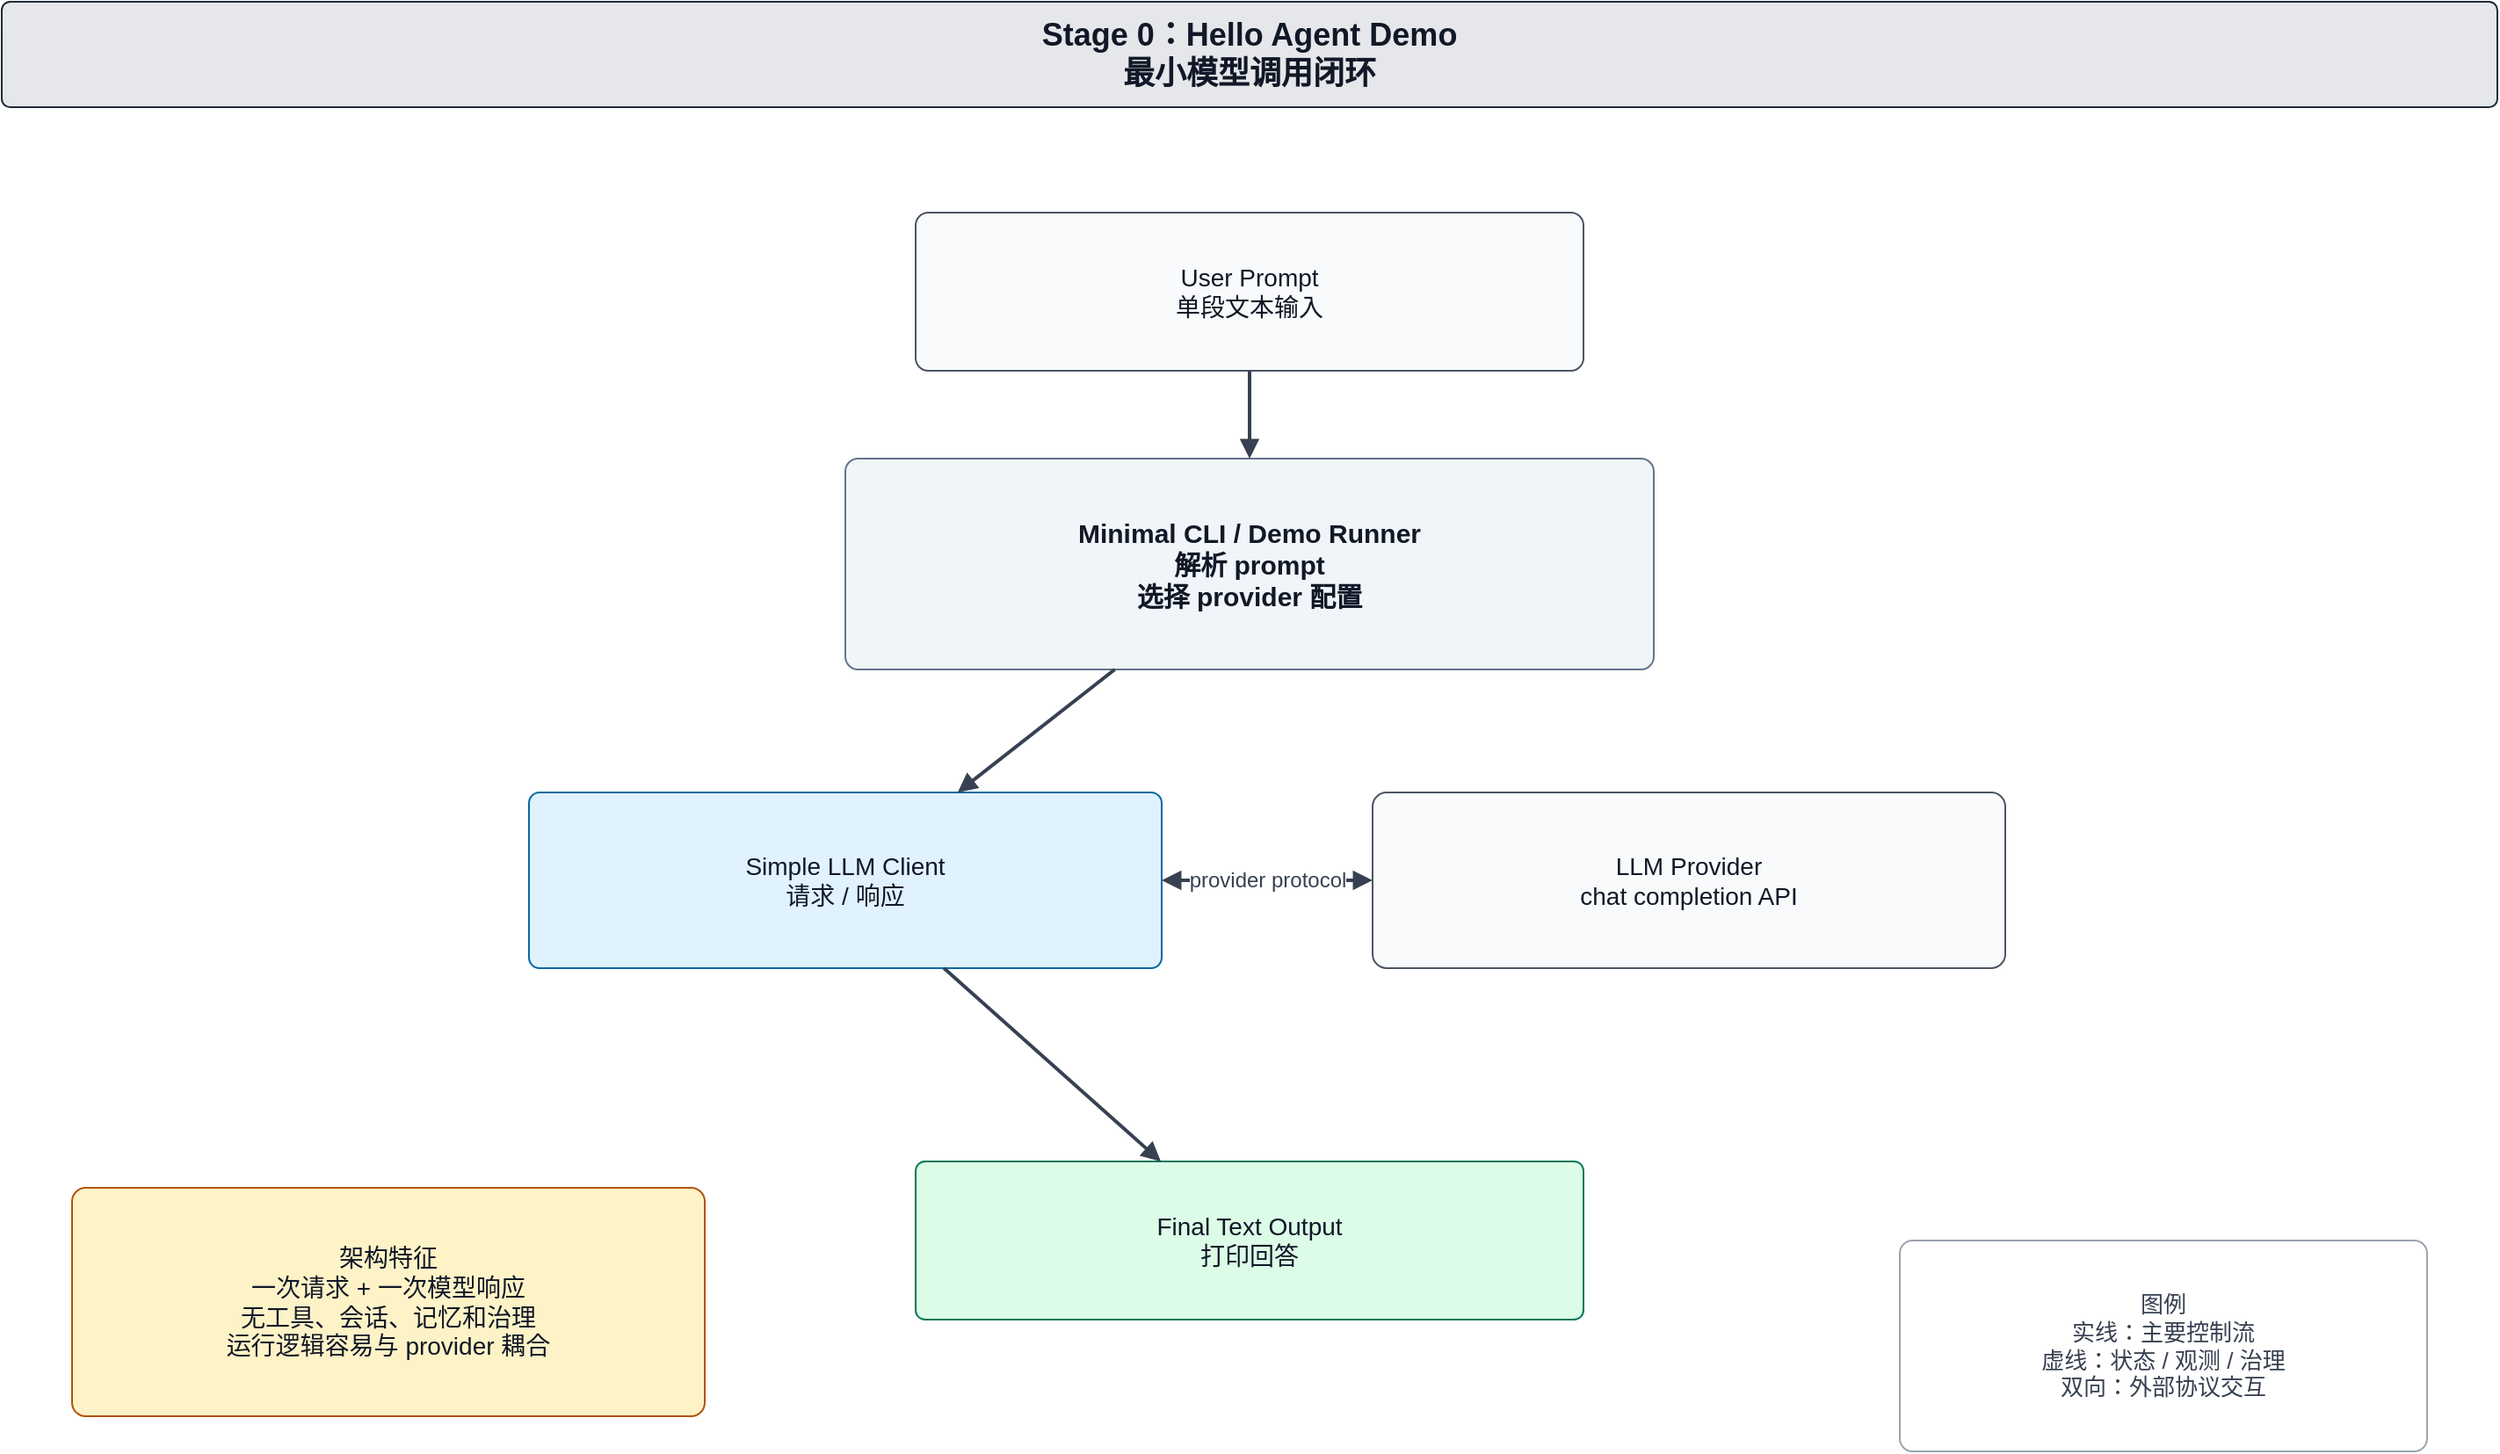
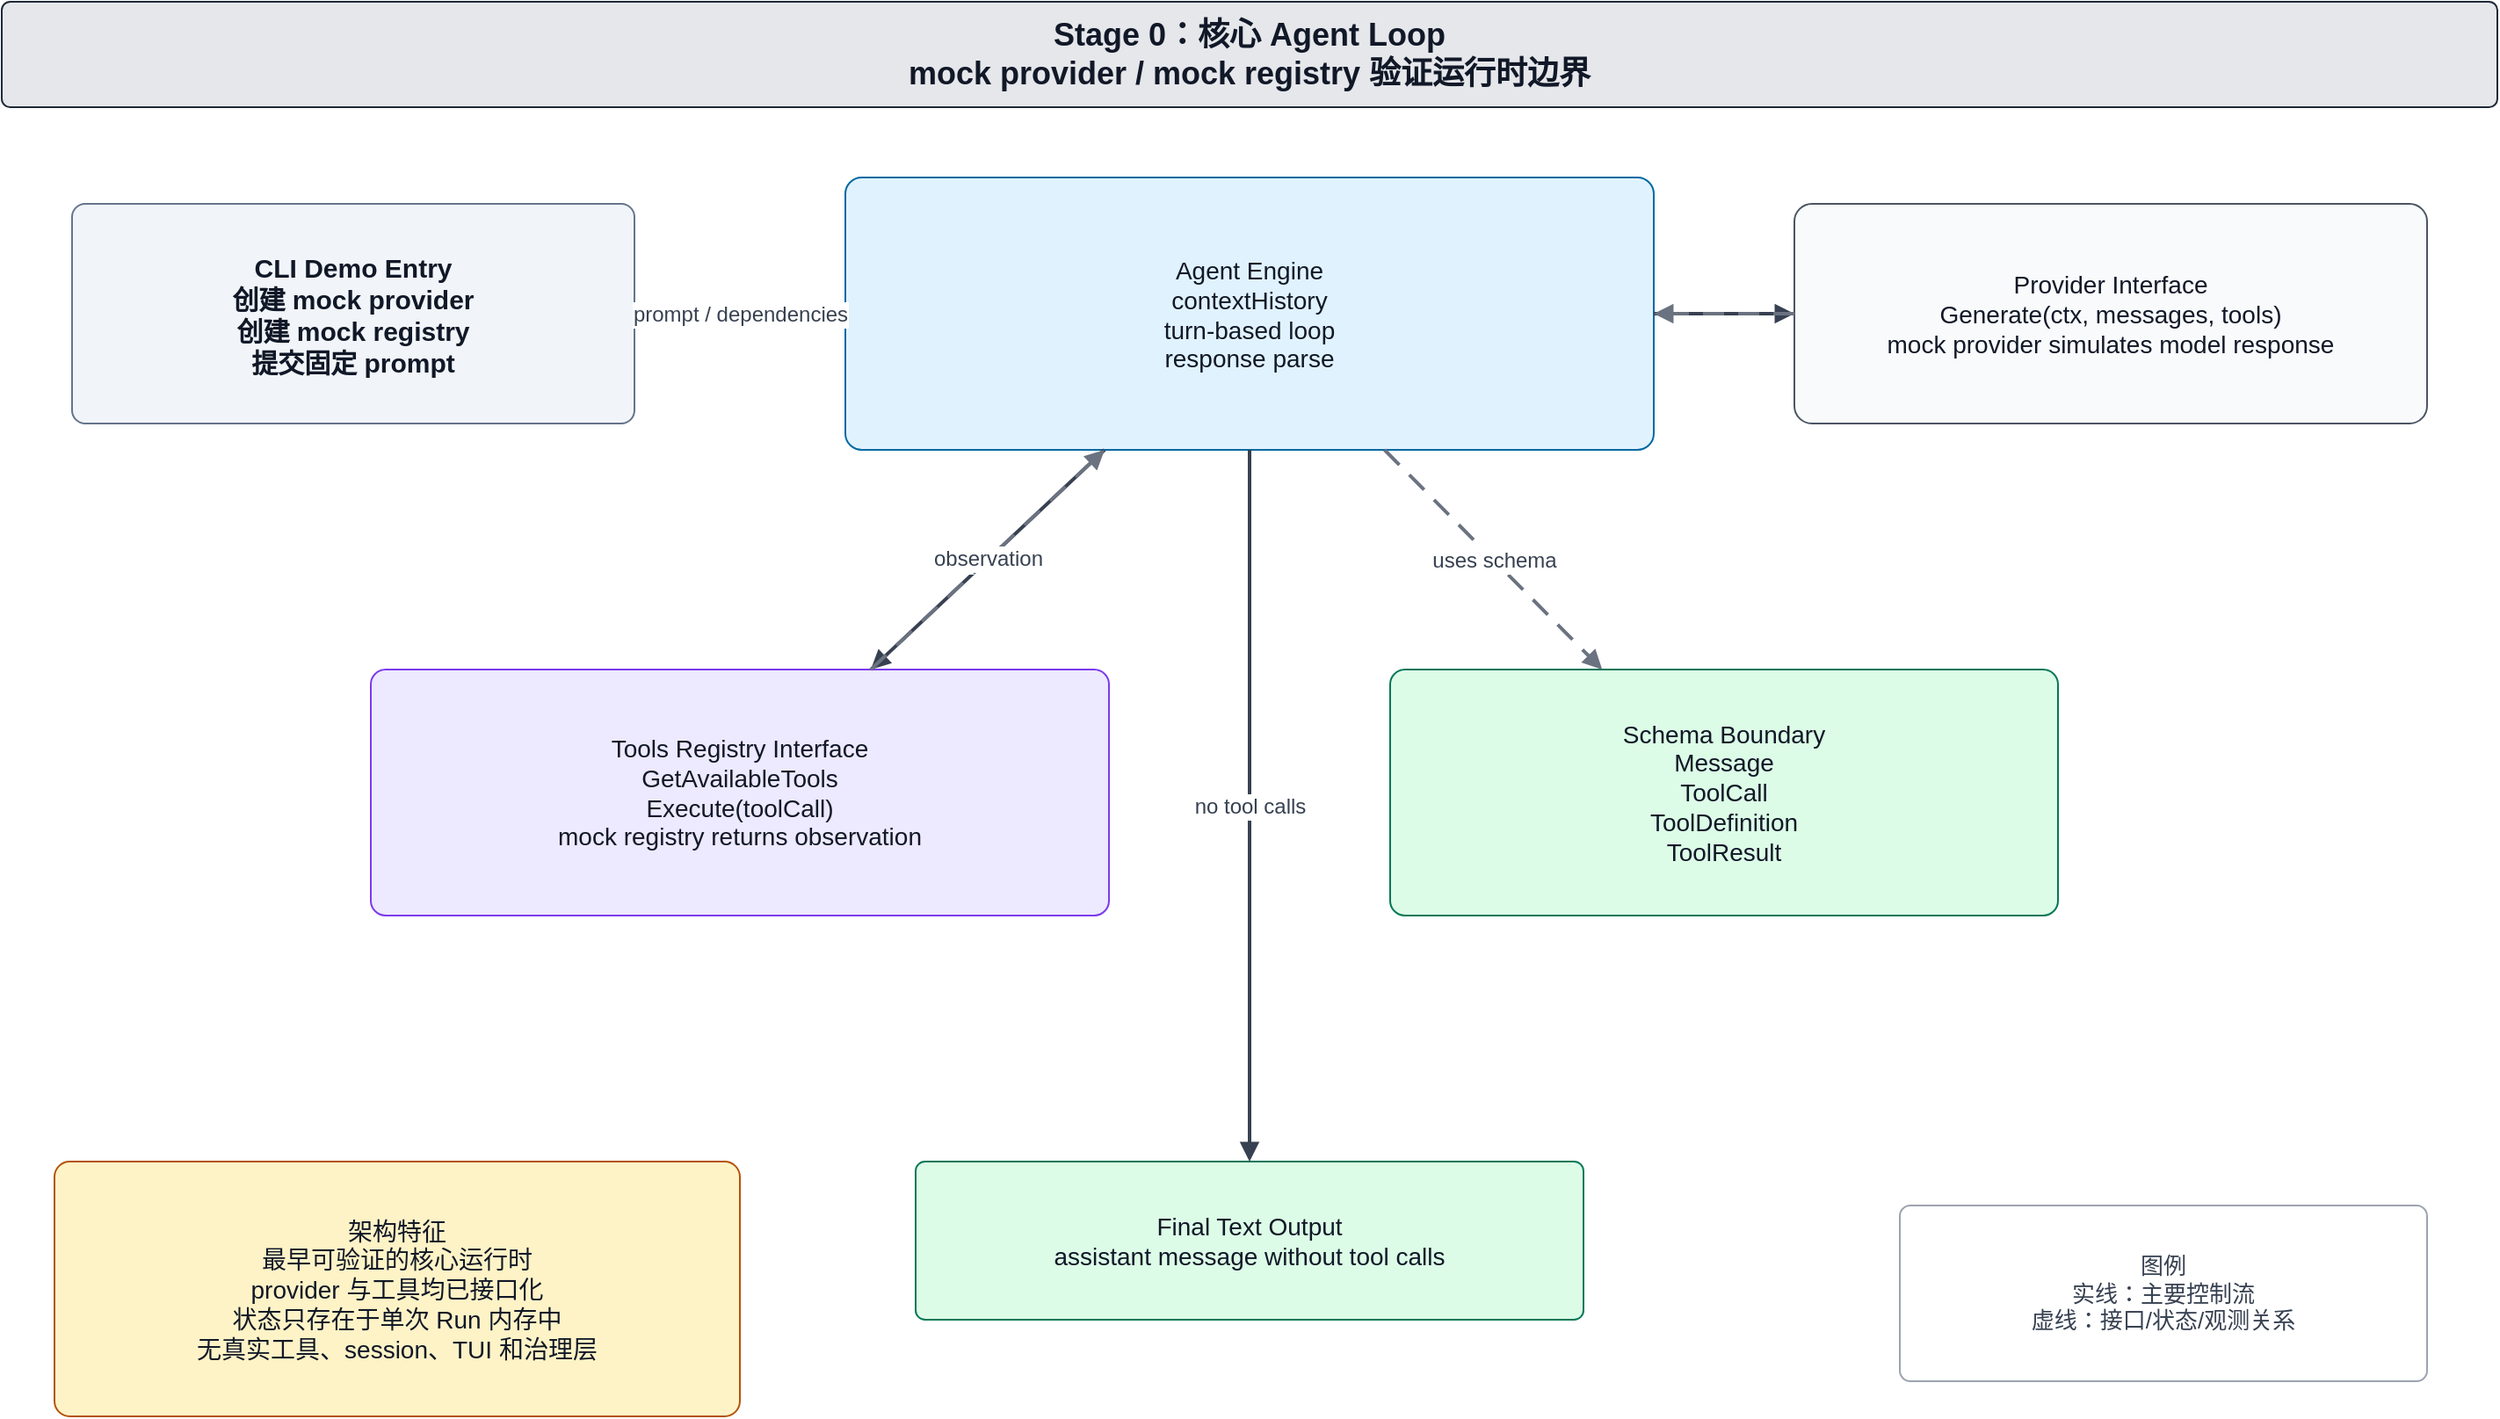
<mxfile host="app.diagrams.net" modified="2026-07-04T00:00:00.000Z" agent="Codex" version="30.0.4" type="device">
-   <diagram id="evolution-b1-hello-agent" name="B1 Stage 0：Hello Agent Demo">
-     <mxGraphModel dx="1600" dy="1000" grid="1" gridSize="10" guides="1" tooltips="1" connect="1" arrows="1" fold="1" page="1" pageScale="1" pageWidth="1500" pageHeight="950" math="0" shadow="0">
-       <root>
-         <mxCell id="0" />
-         <mxCell id="1" parent="0" />
-         <mxCell id="n2" value="Stage 0：Hello Agent Demo&lt;br&gt;最小模型调用闭环" style="rounded=1;whiteSpace=wrap;html=1;arcSize=8;strokeColor=#1f2937;fillColor=#e5e7eb;fontColor=#111827;fontSize=18;fontStyle=1;spacing=8;" vertex="1" parent="1">
-           <mxGeometry x="40" y="30" width="1420" height="60" as="geometry" />
-         </mxCell>
-         <mxCell id="n3" value="User Prompt&lt;br&gt;单段文本输入" style="rounded=1;whiteSpace=wrap;html=1;arcSize=8;strokeColor=#4b5563;fillColor=#f8fafc;fontColor=#111827;fontSize=14;spacing=8;" vertex="1" parent="1">
-           <mxGeometry x="560" y="150" width="380" height="90" as="geometry" />
-         </mxCell>
-         <mxCell id="n4" value="Minimal CLI / Demo Runner&lt;br&gt;解析 prompt&lt;br&gt;选择 provider 配置" style="rounded=1;whiteSpace=wrap;html=1;arcSize=6;strokeColor=#64748b;fillColor=#f1f5f9;fontColor=#111827;fontSize=15;fontStyle=1;spacing=8;" vertex="1" parent="1">
-           <mxGeometry x="520" y="290" width="460" height="120" as="geometry" />
-         </mxCell>
-         <mxCell id="n5" value="Simple LLM Client&lt;br&gt;请求 / 响应" style="rounded=1;whiteSpace=wrap;html=1;arcSize=6;strokeColor=#0369a1;fillColor=#e0f2fe;fontColor=#111827;fontSize=14;spacing=8;" vertex="1" parent="1">
-           <mxGeometry x="340" y="480" width="360" height="100" as="geometry" />
-         </mxCell>
-         <mxCell id="n6" value="LLM Provider&lt;br&gt;chat completion API" style="rounded=1;whiteSpace=wrap;html=1;arcSize=8;strokeColor=#4b5563;fillColor=#f8fafc;fontColor=#111827;fontSize=14;spacing=8;" vertex="1" parent="1">
-           <mxGeometry x="820" y="480" width="360" height="100" as="geometry" />
-         </mxCell>
-         <mxCell id="n7" value="Final Text Output&lt;br&gt;打印回答" style="rounded=1;whiteSpace=wrap;html=1;arcSize=6;strokeColor=#047857;fillColor=#dcfce7;fontColor=#111827;fontSize=14;spacing=8;" vertex="1" parent="1">
+   <diagram id="evolution-b1-hello-agent" name="B1 Stage 0：核心 Agent Loop">
+     <mxGraphModel dx="1600" dy="1000" grid="1" gridSize="10" guides="1" tooltips="1" connect="1" arrows="1" fold="1" page="1" pageScale="1" pageWidth="1500" pageHeight="950" math="0" shadow="0">
+       <root>
+         <mxCell id="0" />
+         <mxCell id="1" parent="0" />
+         <mxCell id="n2" value="Stage 0：核心 Agent Loop&lt;br&gt;mock provider / mock registry 验证运行时边界" style="rounded=1;whiteSpace=wrap;html=1;arcSize=8;strokeColor=#1f2937;fillColor=#e5e7eb;fontColor=#111827;fontSize=18;fontStyle=1;spacing=8;" vertex="1" parent="1">
+           <mxGeometry x="40" y="30" width="1420" height="60" as="geometry" />
+         </mxCell>
+         <mxCell id="n3" value="CLI Demo Entry&lt;br&gt;创建 mock provider&lt;br&gt;创建 mock registry&lt;br&gt;提交固定 prompt" style="rounded=1;whiteSpace=wrap;html=1;arcSize=6;strokeColor=#64748b;fillColor=#f1f5f9;fontColor=#111827;fontSize=15;fontStyle=1;spacing=8;" vertex="1" parent="1">
+           <mxGeometry x="80" y="145" width="320" height="125" as="geometry" />
+         </mxCell>
+         <mxCell id="n4" value="Agent Engine&lt;br&gt;contextHistory&lt;br&gt;turn-based loop&lt;br&gt;response parse" style="rounded=1;whiteSpace=wrap;html=1;arcSize=6;strokeColor=#0369a1;fillColor=#e0f2fe;fontColor=#111827;fontSize=14;spacing=8;" vertex="1" parent="1">
+           <mxGeometry x="520" y="130" width="460" height="155" as="geometry" />
+         </mxCell>
+         <mxCell id="n5" value="Provider Interface&lt;br&gt;Generate(ctx, messages, tools)&lt;br&gt;mock provider simulates model response" style="rounded=1;whiteSpace=wrap;html=1;arcSize=8;strokeColor=#4b5563;fillColor=#f8fafc;fontColor=#111827;fontSize=14;spacing=8;" vertex="1" parent="1">
+           <mxGeometry x="1060" y="145" width="360" height="125" as="geometry" />
+         </mxCell>
+         <mxCell id="n6" value="Tools Registry Interface&lt;br&gt;GetAvailableTools&lt;br&gt;Execute(toolCall)&lt;br&gt;mock registry returns observation" style="rounded=1;whiteSpace=wrap;html=1;arcSize=6;strokeColor=#7c3aed;fillColor=#ede9fe;fontColor=#111827;fontSize=14;spacing=8;" vertex="1" parent="1">
+           <mxGeometry x="250" y="410" width="420" height="140" as="geometry" />
+         </mxCell>
+         <mxCell id="n7" value="Schema Boundary&lt;br&gt;Message&lt;br&gt;ToolCall&lt;br&gt;ToolDefinition&lt;br&gt;ToolResult" style="rounded=1;whiteSpace=wrap;html=1;arcSize=6;strokeColor=#047857;fillColor=#dcfce7;fontColor=#111827;fontSize=14;spacing=8;" vertex="1" parent="1">
+           <mxGeometry x="830" y="410" width="380" height="140" as="geometry" />
+         </mxCell>
+         <mxCell id="n8" value="Final Text Output&lt;br&gt;assistant message without tool calls" style="rounded=1;whiteSpace=wrap;html=1;arcSize=6;strokeColor=#047857;fillColor=#dcfce7;fontColor=#111827;fontSize=14;spacing=8;" vertex="1" parent="1">
          <mxGeometry x="560" y="690" width="380" height="90" as="geometry" />
        </mxCell>
-         <mxCell id="e8" value="" style="endArrow=block;html=1;rounded=0;strokeWidth=2;strokeColor=#374151;fontSize=12;fontColor=#374151;" edge="1" parent="1" source="n3" target="n4">
-           <mxGeometry relative="1" as="geometry" />
-         </mxCell>
-         <mxCell id="e9" value="" style="endArrow=block;html=1;rounded=0;strokeWidth=2;strokeColor=#374151;fontSize=12;fontColor=#374151;" edge="1" parent="1" source="n4" target="n5">
-           <mxGeometry relative="1" as="geometry" />
-         </mxCell>
-         <mxCell id="e10" value="provider protocol" style="endArrow=block;startArrow=block;html=1;rounded=0;strokeWidth=2;strokeColor=#374151;fontSize=12;fontColor=#374151;" edge="1" parent="1" source="n5" target="n6">
-           <mxGeometry relative="1" as="geometry" />
-         </mxCell>
-         <mxCell id="e11" value="" style="endArrow=block;html=1;rounded=0;strokeWidth=2;strokeColor=#374151;fontSize=12;fontColor=#374151;" edge="1" parent="1" source="n5" target="n7">
-           <mxGeometry relative="1" as="geometry" />
-         </mxCell>
-         <mxCell id="n12" value="架构特征&lt;br&gt;一次请求 + 一次模型响应&lt;br&gt;无工具、会话、记忆和治理&lt;br&gt;运行逻辑容易与 provider 耦合" style="rounded=1;whiteSpace=wrap;html=1;arcSize=6;strokeColor=#b45309;fillColor=#fef3c7;fontColor=#111827;fontSize=14;spacing=8;" vertex="1" parent="1">
-           <mxGeometry x="80" y="705" width="360" height="130" as="geometry" />
-         </mxCell>
-         <mxCell id="n13" value="图例&lt;br&gt;实线：主要控制流&lt;br&gt;虚线：状态 / 观测 / 治理&lt;br&gt;双向：外部协议交互" style="rounded=1;whiteSpace=wrap;html=1;arcSize=6;strokeColor=#9ca3af;fillColor=#ffffff;fontColor=#374151;fontSize=13;spacing=8;" vertex="1" parent="1">
-           <mxGeometry x="1120" y="735" width="300" height="120" as="geometry" />
+         <mxCell id="e9" value="prompt / dependencies" style="endArrow=block;html=1;rounded=0;strokeWidth=2;strokeColor=#374151;fontSize=12;fontColor=#374151;" edge="1" parent="1" source="n3" target="n4">
+           <mxGeometry relative="1" as="geometry" />
+         </mxCell>
+         <mxCell id="e10" value="" style="endArrow=block;html=1;rounded=0;strokeWidth=2;strokeColor=#374151;fontSize=12;fontColor=#374151;" edge="1" parent="1" source="n4" target="n5">
+           <mxGeometry relative="1" as="geometry" />
+         </mxCell>
+         <mxCell id="e11" value="" style="endArrow=block;html=1;rounded=0;strokeWidth=2;strokeColor=#374151;fontSize=12;fontColor=#374151;dashed=1;dashPattern=6 4;strokeColor=#6b7280;" edge="1" parent="1" source="n5" target="n4">
+           <mxGeometry relative="1" as="geometry" />
+         </mxCell>
+         <mxCell id="e12" value="tool calls" style="endArrow=block;html=1;rounded=0;strokeWidth=2;strokeColor=#374151;fontSize=12;fontColor=#374151;" edge="1" parent="1" source="n4" target="n6">
+           <mxGeometry relative="1" as="geometry" />
+         </mxCell>
+         <mxCell id="e13" value="observation" style="endArrow=block;html=1;rounded=0;strokeWidth=2;strokeColor=#374151;fontSize=12;fontColor=#374151;dashed=1;dashPattern=6 4;strokeColor=#6b7280;" edge="1" parent="1" source="n6" target="n4">
+           <mxGeometry relative="1" as="geometry" />
+         </mxCell>
+         <mxCell id="e14" value="uses schema" style="endArrow=block;html=1;rounded=0;strokeWidth=2;strokeColor=#374151;fontSize=12;fontColor=#374151;dashed=1;dashPattern=6 4;strokeColor=#6b7280;" edge="1" parent="1" source="n4" target="n7">
+           <mxGeometry relative="1" as="geometry" />
+         </mxCell>
+         <mxCell id="e15" value="no tool calls" style="endArrow=block;html=1;rounded=0;strokeWidth=2;strokeColor=#374151;fontSize=12;fontColor=#374151;" edge="1" parent="1" source="n4" target="n8">
+           <mxGeometry relative="1" as="geometry" />
+         </mxCell>
+         <mxCell id="n16" value="架构特征&lt;br&gt;最早可验证的核心运行时&lt;br&gt;provider 与工具均已接口化&lt;br&gt;状态只存在于单次 Run 内存中&lt;br&gt;无真实工具、session、TUI 和治理层" style="rounded=1;whiteSpace=wrap;html=1;arcSize=6;strokeColor=#b45309;fillColor=#fef3c7;fontColor=#111827;fontSize=14;spacing=8;" vertex="1" parent="1">
+           <mxGeometry x="70" y="690" width="390" height="145" as="geometry" />
+         </mxCell>
+         <mxCell id="n17" value="图例&lt;br&gt;实线：主要控制流&lt;br&gt;虚线：接口/状态/观测关系" style="rounded=1;whiteSpace=wrap;html=1;arcSize=6;strokeColor=#9ca3af;fillColor=#ffffff;fontColor=#374151;fontSize=13;spacing=8;" vertex="1" parent="1">
+           <mxGeometry x="1120" y="715" width="300" height="100" as="geometry" />
        </mxCell>
      </root>
    </mxGraphModel>
  </diagram>
  <diagram id="evolution-b2-tool-using-agent" name="B2 Stage 1：Tool-Using Agent">
    <mxGraphModel dx="1600" dy="1000" grid="1" gridSize="10" guides="1" tooltips="1" connect="1" arrows="1" fold="1" page="1" pageScale="1" pageWidth="1500" pageHeight="950" math="0" shadow="0">
      <root>
        <mxCell id="0" />
        <mxCell id="1" parent="0" />
        <mxCell id="n2" value="Stage 1：Tool-Using Agent&lt;br&gt;模型推理与工具调用循环" style="rounded=1;whiteSpace=wrap;html=1;arcSize=8;strokeColor=#1f2937;fillColor=#e5e7eb;fontColor=#111827;fontSize=18;fontStyle=1;spacing=8;" vertex="1" parent="1">
          <mxGeometry x="40" y="30" width="1420" height="60" as="geometry" />
        </mxCell>
        <mxCell id="n3" value="User Task&lt;br&gt;检查或修改项目" style="rounded=1;whiteSpace=wrap;html=1;arcSize=8;strokeColor=#4b5563;fillColor=#f8fafc;fontColor=#111827;fontSize=14;spacing=8;" vertex="1" parent="1">
          <mxGeometry x="80" y="150" width="300" height="90" as="geometry" />
        </mxCell>
        <mxCell id="n4" value="Agent Loop&lt;br&gt;Prompt -&gt; LLM Generate -&gt; Response Parse&lt;br&gt;no tools -&gt; Final Text&lt;br&gt;tool calls -&gt; Tool Dispatcher -&gt; Tool Result Context" style="rounded=1;whiteSpace=wrap;html=1;arcSize=6;strokeColor=#0369a1;fillColor=#e0f2fe;fontColor=#111827;fontSize=14;spacing=8;" vertex="1" parent="1">
          <mxGeometry x="460" y="125" width="720" height="170" as="geometry" />
        </mxCell>
        <mxCell id="n5" value="LLM Provider&lt;br&gt;模型生成" style="rounded=1;whiteSpace=wrap;html=1;arcSize=8;strokeColor=#4b5563;fillColor=#f8fafc;fontColor=#111827;fontSize=14;spacing=8;" vertex="1" parent="1">
          <mxGeometry x="1220" y="150" width="220" height="90" as="geometry" />
        </mxCell>
        <mxCell id="n6" value="Initial Tool Surface&lt;br&gt;File Read&lt;br&gt;File Write / Edit&lt;br&gt;Shell Command" style="rounded=1;whiteSpace=wrap;html=1;arcSize=6;strokeColor=#7c3aed;fillColor=#ede9fe;fontColor=#111827;fontSize=14;spacing=8;" vertex="1" parent="1">
          <mxGeometry x="560" y="380" width="520" height="140" as="geometry" />
        </mxCell>
        <mxCell id="n7" value="Project Workspace&lt;br&gt;文件与命令副作用" style="rounded=1;whiteSpace=wrap;html=1;arcSize=6;strokeColor=#047857;fillColor=#dcfce7;fontColor=#111827;fontSize=14;spacing=8;" vertex="1" parent="1">
          <mxGeometry x="600" y="620" width="440" height="100" as="geometry" />
        </mxCell>
        <mxCell id="e8" value="" style="endArrow=block;html=1;rounded=0;strokeWidth=2;strokeColor=#374151;fontSize=12;fontColor=#374151;" edge="1" parent="1" source="n3" target="n4">
          <mxGeometry relative="1" as="geometry" />
        </mxCell>
        <mxCell id="e9" value="request / response" style="endArrow=block;startArrow=block;html=1;rounded=0;strokeWidth=2;strokeColor=#374151;fontSize=12;fontColor=#374151;" edge="1" parent="1" source="n4" target="n5">
          <mxGeometry relative="1" as="geometry" />
        </mxCell>
        <mxCell id="e10" value="tool calls" style="endArrow=block;html=1;rounded=0;strokeWidth=2;strokeColor=#374151;fontSize=12;fontColor=#374151;" edge="1" parent="1" source="n4" target="n6">
          <mxGeometry relative="1" as="geometry" />
        </mxCell>
        <mxCell id="e11" value="tool results" style="endArrow=block;html=1;rounded=0;strokeWidth=2;strokeColor=#374151;fontSize=12;fontColor=#374151;dashed=1;dashPattern=6 4;strokeColor=#6b7280;" edge="1" parent="1" source="n6" target="n4">
          <mxGeometry relative="1" as="geometry" />
        </mxCell>
        <mxCell id="e12" value="side effects" style="endArrow=block;html=1;rounded=0;strokeWidth=2;strokeColor=#374151;fontSize=12;fontColor=#374151;" edge="1" parent="1" source="n6" target="n7">
          <mxGeometry relative="1" as="geometry" />
        </mxCell>
        <mxCell id="n13" value="新增边界&lt;br&gt;模型只能提出结构化工具请求&lt;br&gt;本地副作用由调度器统一执行&lt;br&gt;后续权限和观测建立在此边界上" style="rounded=1;whiteSpace=wrap;html=1;arcSize=6;strokeColor=#b45309;fillColor=#fef3c7;fontColor=#111827;fontSize=14;spacing=8;" vertex="1" parent="1">
          <mxGeometry x="80" y="620" width="380" height="130" as="geometry" />
        </mxCell>
        <mxCell id="n14" value="图例&lt;br&gt;实线：主要控制流&lt;br&gt;虚线：状态 / 观测 / 治理&lt;br&gt;双向：外部协议交互" style="rounded=1;whiteSpace=wrap;html=1;arcSize=6;strokeColor=#9ca3af;fillColor=#ffffff;fontColor=#374151;fontSize=13;spacing=8;" vertex="1" parent="1">
          <mxGeometry x="1120" y="735" width="300" height="120" as="geometry" />
        </mxCell>
      </root>
    </mxGraphModel>
  </diagram>
  <diagram id="evolution-b3-session-context" name="B3 Stage 2：持久会话与工程上下文">
    <mxGraphModel dx="1600" dy="1000" grid="1" gridSize="10" guides="1" tooltips="1" connect="1" arrows="1" fold="1" page="1" pageScale="1" pageWidth="1500" pageHeight="950" math="0" shadow="0">
      <root>
        <mxCell id="0" />
        <mxCell id="1" parent="0" />
        <mxCell id="n2" value="Stage 2：持久会话与工程上下文&lt;br&gt;从一次性运行到连续工程工作" style="rounded=1;whiteSpace=wrap;html=1;arcSize=8;strokeColor=#1f2937;fillColor=#e5e7eb;fontColor=#111827;fontSize=18;fontStyle=1;spacing=8;" vertex="1" parent="1">
          <mxGeometry x="40" y="30" width="1420" height="60" as="geometry" />
        </mxCell>
        <mxCell id="n3" value="User Request&lt;br&gt;继续工作会话" style="rounded=1;whiteSpace=wrap;html=1;arcSize=8;strokeColor=#4b5563;fillColor=#f8fafc;fontColor=#111827;fontSize=14;spacing=8;" vertex="1" parent="1">
          <mxGeometry x="80" y="150" width="300" height="90" as="geometry" />
        </mxCell>
        <mxCell id="n4" value="Session-aware Runner&lt;br&gt;选择 / 创建 Session&lt;br&gt;恢复工作状态&lt;br&gt;启动运行" style="rounded=1;whiteSpace=wrap;html=1;arcSize=6;strokeColor=#64748b;fillColor=#f1f5f9;fontColor=#111827;fontSize=15;fontStyle=1;spacing=8;" vertex="1" parent="1">
          <mxGeometry x="460" y="125" width="520" height="150" as="geometry" />
        </mxCell>
        <mxCell id="n5" value="Project Instructions&lt;br&gt;项目规则 / 维护约定" style="rounded=1;whiteSpace=wrap;html=1;arcSize=6;strokeColor=#047857;fillColor=#dcfce7;fontColor=#111827;fontSize=14;spacing=8;" vertex="1" parent="1">
          <mxGeometry x="90" y="360" width="300" height="100" as="geometry" />
        </mxCell>
        <mxCell id="n6" value="Context Composer&lt;br&gt;prompt + history + state" style="rounded=1;whiteSpace=wrap;html=1;arcSize=6;strokeColor=#0369a1;fillColor=#e0f2fe;fontColor=#111827;fontSize=14;spacing=8;" vertex="1" parent="1">
          <mxGeometry x="500" y="360" width="440" height="110" as="geometry" />
        </mxCell>
        <mxCell id="n7" value="Agent Loop + Tools&lt;br&gt;多轮推理&lt;br&gt;工具执行" style="rounded=1;whiteSpace=wrap;html=1;arcSize=6;strokeColor=#0369a1;fillColor=#e0f2fe;fontColor=#111827;fontSize=14;spacing=8;" vertex="1" parent="1">
          <mxGeometry x="520" y="580" width="400" height="120" as="geometry" />
        </mxCell>
        <mxCell id="n8" value="Session Store&lt;br&gt;metadata | message log | working memory&lt;br&gt;PLAN / TODO | artifacts" style="rounded=1;whiteSpace=wrap;html=1;arcSize=6;strokeColor=#047857;fillColor=#dcfce7;fontColor=#111827;fontSize=14;spacing=8;" vertex="1" parent="1">
          <mxGeometry x="1010" y="330" width="400" height="180" as="geometry" />
        </mxCell>
        <mxCell id="e9" value="" style="endArrow=block;html=1;rounded=0;strokeWidth=2;strokeColor=#374151;fontSize=12;fontColor=#374151;" edge="1" parent="1" source="n3" target="n4">
          <mxGeometry relative="1" as="geometry" />
        </mxCell>
        <mxCell id="e10" value="" style="endArrow=block;html=1;rounded=0;strokeWidth=2;strokeColor=#374151;fontSize=12;fontColor=#374151;" edge="1" parent="1" source="n4" target="n6">
          <mxGeometry relative="1" as="geometry" />
        </mxCell>
        <mxCell id="e11" value="" style="endArrow=block;html=1;rounded=0;strokeWidth=2;strokeColor=#374151;fontSize=12;fontColor=#374151;" edge="1" parent="1" source="n5" target="n6">
          <mxGeometry relative="1" as="geometry" />
        </mxCell>
        <mxCell id="e12" value="" style="endArrow=block;html=1;rounded=0;strokeWidth=2;strokeColor=#374151;fontSize=12;fontColor=#374151;" edge="1" parent="1" source="n6" target="n7">
          <mxGeometry relative="1" as="geometry" />
        </mxCell>
        <mxCell id="e13" value="restore" style="endArrow=block;html=1;rounded=0;strokeWidth=2;strokeColor=#374151;fontSize=12;fontColor=#374151;dashed=1;dashPattern=6 4;strokeColor=#6b7280;" edge="1" parent="1" source="n4" target="n8">
          <mxGeometry relative="1" as="geometry" />
        </mxCell>
        <mxCell id="e14" value="persist" style="endArrow=block;html=1;rounded=0;strokeWidth=2;strokeColor=#374151;fontSize=12;fontColor=#374151;dashed=1;dashPattern=6 4;strokeColor=#6b7280;" edge="1" parent="1" source="n7" target="n8">
          <mxGeometry relative="1" as="geometry" />
        </mxCell>
        <mxCell id="n15" value="核心变化&lt;br&gt;一次性运行变成连续工程会话&lt;br&gt;当前上下文与持久 session 记录分离&lt;br&gt;项目规则进入上下文组装" style="rounded=1;whiteSpace=wrap;html=1;arcSize=6;strokeColor=#b45309;fillColor=#fef3c7;fontColor=#111827;fontSize=14;spacing=8;" vertex="1" parent="1">
          <mxGeometry x="80" y="620" width="360" height="130" as="geometry" />
        </mxCell>
        <mxCell id="n16" value="图例&lt;br&gt;实线：主要控制流&lt;br&gt;虚线：状态 / 观测 / 治理&lt;br&gt;双向：外部协议交互" style="rounded=1;whiteSpace=wrap;html=1;arcSize=6;strokeColor=#9ca3af;fillColor=#ffffff;fontColor=#374151;fontSize=13;spacing=8;" vertex="1" parent="1">
          <mxGeometry x="1120" y="735" width="300" height="120" as="geometry" />
        </mxCell>
      </root>
    </mxGraphModel>
  </diagram>
  <diagram id="evolution-b4-tui-workbench" name="B4 Stage 3：交互式 TUI 与开发者工作台">
    <mxGraphModel dx="1600" dy="1000" grid="1" gridSize="10" guides="1" tooltips="1" connect="1" arrows="1" fold="1" page="1" pageScale="1" pageWidth="1500" pageHeight="950" math="0" shadow="0">
      <root>
        <mxCell id="0" />
        <mxCell id="1" parent="0" />
        <mxCell id="n2" value="Stage 3：交互式 TUI 与开发者工作台&lt;br&gt;持续观察、干预和协作" style="rounded=1;whiteSpace=wrap;html=1;arcSize=8;strokeColor=#1f2937;fillColor=#e5e7eb;fontColor=#111827;fontSize=18;fontStyle=1;spacing=8;" vertex="1" parent="1">
          <mxGeometry x="40" y="30" width="1420" height="60" as="geometry" />
        </mxCell>
        <mxCell id="n3" value="Human Operator&lt;br&gt;阅读进度 / 调整方向&lt;br&gt;回答问题" style="rounded=1;whiteSpace=wrap;html=1;arcSize=8;strokeColor=#4b5563;fillColor=#f8fafc;fontColor=#111827;fontSize=14;spacing=8;" vertex="1" parent="1">
          <mxGeometry x="560" y="130" width="420" height="110" as="geometry" />
        </mxCell>
        <mxCell id="n4" value="TUI Workbench&lt;br&gt;Conversation View | Input Bar | Status&lt;br&gt;Tool Events | Session Browser | Settings&lt;br&gt;Ask / Approval UI" style="rounded=1;whiteSpace=wrap;html=1;arcSize=6;strokeColor=#7c3aed;fillColor=#ede9fe;fontColor=#111827;fontSize=14;spacing=8;" vertex="1" parent="1">
          <mxGeometry x="330" y="300" width="840" height="150" as="geometry" />
        </mxCell>
        <mxCell id="n5" value="Interactive Runner&lt;br&gt;session + runtime deps" style="rounded=1;whiteSpace=wrap;html=1;arcSize=6;strokeColor=#64748b;fillColor=#f1f5f9;fontColor=#111827;fontSize=15;fontStyle=1;spacing=8;" vertex="1" parent="1">
          <mxGeometry x="300" y="590" width="360" height="100" as="geometry" />
        </mxCell>
        <mxCell id="n6" value="Reporter / Event Stream&lt;br&gt;progress / transcript / tool events" style="rounded=1;whiteSpace=wrap;html=1;arcSize=6;strokeColor=#047857;fillColor=#dcfce7;fontColor=#111827;fontSize=14;spacing=8;" vertex="1" parent="1">
          <mxGeometry x="840" y="590" width="380" height="100" as="geometry" />
        </mxCell>
        <mxCell id="n7" value="Agent Runtime&lt;br&gt;engine loop / tools / provider / session state" style="rounded=1;whiteSpace=wrap;html=1;arcSize=6;strokeColor=#0369a1;fillColor=#e0f2fe;fontColor=#111827;fontSize=14;spacing=8;" vertex="1" parent="1">
          <mxGeometry x="500" y="760" width="520" height="90" as="geometry" />
        </mxCell>
        <mxCell id="e8" value="" style="endArrow=block;html=1;rounded=0;strokeWidth=2;strokeColor=#374151;fontSize=12;fontColor=#374151;" edge="1" parent="1" source="n3" target="n4">
          <mxGeometry relative="1" as="geometry" />
        </mxCell>
        <mxCell id="e9" value="input / steering" style="endArrow=block;html=1;rounded=0;strokeWidth=2;strokeColor=#374151;fontSize=12;fontColor=#374151;" edge="1" parent="1" source="n4" target="n5">
          <mxGeometry relative="1" as="geometry" />
        </mxCell>
        <mxCell id="e10" value="" style="endArrow=block;html=1;rounded=0;strokeWidth=2;strokeColor=#374151;fontSize=12;fontColor=#374151;" edge="1" parent="1" source="n5" target="n7">
          <mxGeometry relative="1" as="geometry" />
        </mxCell>
        <mxCell id="e11" value="events" style="endArrow=block;html=1;rounded=0;strokeWidth=2;strokeColor=#374151;fontSize=12;fontColor=#374151;dashed=1;dashPattern=6 4;strokeColor=#6b7280;" edge="1" parent="1" source="n7" target="n6">
          <mxGeometry relative="1" as="geometry" />
        </mxCell>
        <mxCell id="e12" value="render" style="endArrow=block;html=1;rounded=0;strokeWidth=2;strokeColor=#374151;fontSize=12;fontColor=#374151;dashed=1;dashPattern=6 4;strokeColor=#6b7280;" edge="1" parent="1" source="n6" target="n4">
          <mxGeometry relative="1" as="geometry" />
        </mxCell>
        <mxCell id="n13" value="架构原则&lt;br&gt;TUI 负责交互和展示&lt;br&gt;Reporter/Event Stream 解耦界面与运行时&lt;br&gt;核心 Agent 行为保持共享" style="rounded=1;whiteSpace=wrap;html=1;arcSize=6;strokeColor=#b45309;fillColor=#fef3c7;fontColor=#111827;fontSize=14;spacing=8;" vertex="1" parent="1">
          <mxGeometry x="80" y="710" width="350" height="130" as="geometry" />
        </mxCell>
        <mxCell id="n14" value="图例&lt;br&gt;实线：主要控制流&lt;br&gt;虚线：状态 / 观测 / 治理&lt;br&gt;双向：外部协议交互" style="rounded=1;whiteSpace=wrap;html=1;arcSize=6;strokeColor=#9ca3af;fillColor=#ffffff;fontColor=#374151;fontSize=13;spacing=8;" vertex="1" parent="1">
          <mxGeometry x="1120" y="710" width="300" height="120" as="geometry" />
        </mxCell>
      </root>
    </mxGraphModel>
  </diagram>
  <diagram id="evolution-b5-reliability-governance" name="B5 Stage 4：可靠性与治理层">
    <mxGraphModel dx="1600" dy="1000" grid="1" gridSize="10" guides="1" tooltips="1" connect="1" arrows="1" fold="1" page="1" pageScale="1" pageWidth="1500" pageHeight="950" math="0" shadow="0">
      <root>
        <mxCell id="0" />
        <mxCell id="1" parent="0" />
        <mxCell id="n2" value="Stage 4：可靠性与治理层&lt;br&gt;长任务可控、可恢复、可诊断" style="rounded=1;whiteSpace=wrap;html=1;arcSize=8;strokeColor=#1f2937;fillColor=#e5e7eb;fontColor=#111827;fontSize=18;fontStyle=1;spacing=8;" vertex="1" parent="1">
          <mxGeometry x="40" y="30" width="1420" height="60" as="geometry" />
        </mxCell>
        <mxCell id="n3" value="Agent Runtime&lt;br&gt;engine loop / provider / tool registry" style="rounded=1;whiteSpace=wrap;html=1;arcSize=6;strokeColor=#0369a1;fillColor=#e0f2fe;fontColor=#111827;fontSize=14;spacing=8;" vertex="1" parent="1">
          <mxGeometry x="520" y="130" width="480" height="100" as="geometry" />
        </mxCell>
        <mxCell id="n4" value="Governance Boundary&lt;br&gt;Context Estimate -&gt; Optional Compaction&lt;br&gt;Tool Middleware -&gt; Workdir / Allowed-tools / Ask Gate&lt;br&gt;Checkpoint -&gt; protect file changes&lt;br&gt;Error Recovery -&gt; reminders / retry signals" style="rounded=1;whiteSpace=wrap;html=1;arcSize=6;strokeColor=#b45309;fillColor=#fef3c7;fontColor=#111827;fontSize=14;spacing=8;" vertex="1" parent="1">
          <mxGeometry x="330" y="310" width="850" height="190" as="geometry" />
        </mxCell>
        <mxCell id="n5" value="Project Workspace&lt;br&gt;受治理的副作用" style="rounded=1;whiteSpace=wrap;html=1;arcSize=6;strokeColor=#047857;fillColor=#dcfce7;fontColor=#111827;fontSize=14;spacing=8;" vertex="1" parent="1">
          <mxGeometry x="190" y="610" width="330" height="100" as="geometry" />
        </mxCell>
        <mxCell id="n6" value="Runtime State&lt;br&gt;TODO / session / memory" style="rounded=1;whiteSpace=wrap;html=1;arcSize=6;strokeColor=#047857;fillColor=#dcfce7;fontColor=#111827;fontSize=14;spacing=8;" vertex="1" parent="1">
          <mxGeometry x="610" y="610" width="330" height="100" as="geometry" />
        </mxCell>
        <mxCell id="n7" value="Observability&lt;br&gt;transcript | metrics | trace | persisted tool results" style="rounded=1;whiteSpace=wrap;html=1;arcSize=6;strokeColor=#047857;fillColor=#dcfce7;fontColor=#111827;fontSize=14;spacing=8;" vertex="1" parent="1">
          <mxGeometry x="1010" y="610" width="360" height="100" as="geometry" />
        </mxCell>
        <mxCell id="e8" value="" style="endArrow=block;html=1;rounded=0;strokeWidth=2;strokeColor=#374151;fontSize=12;fontColor=#374151;" edge="1" parent="1" source="n3" target="n4">
          <mxGeometry relative="1" as="geometry" />
        </mxCell>
        <mxCell id="e9" value="controlled tools" style="endArrow=block;html=1;rounded=0;strokeWidth=2;strokeColor=#374151;fontSize=12;fontColor=#374151;" edge="1" parent="1" source="n4" target="n5">
          <mxGeometry relative="1" as="geometry" />
        </mxCell>
        <mxCell id="e10" value="state governance" style="endArrow=block;html=1;rounded=0;strokeWidth=2;strokeColor=#374151;fontSize=12;fontColor=#374151;dashed=1;dashPattern=6 4;strokeColor=#6b7280;" edge="1" parent="1" source="n4" target="n6">
          <mxGeometry relative="1" as="geometry" />
        </mxCell>
        <mxCell id="e11" value="facts / events" style="endArrow=block;html=1;rounded=0;strokeWidth=2;strokeColor=#374151;fontSize=12;fontColor=#374151;dashed=1;dashPattern=6 4;strokeColor=#6b7280;" edge="1" parent="1" source="n4" target="n7">
          <mxGeometry relative="1" as="geometry" />
        </mxCell>
        <mxCell id="n12" value="核心变化&lt;br&gt;从能完成任务提升为长任务可控、可恢复、可诊断&lt;br&gt;治理能力成为共享基础设施" style="rounded=1;whiteSpace=wrap;html=1;arcSize=6;strokeColor=#64748b;fillColor=#f1f5f9;fontColor=#111827;fontSize=15;fontStyle=1;spacing=8;" vertex="1" parent="1">
          <mxGeometry x="80" y="770" width="500" height="90" as="geometry" />
        </mxCell>
        <mxCell id="n13" value="图例&lt;br&gt;实线：主要控制流&lt;br&gt;虚线：状态 / 观测 / 治理&lt;br&gt;双向：外部协议交互" style="rounded=1;whiteSpace=wrap;html=1;arcSize=6;strokeColor=#9ca3af;fillColor=#ffffff;fontColor=#374151;fontSize=13;spacing=8;" vertex="1" parent="1">
          <mxGeometry x="1120" y="770" width="300" height="120" as="geometry" />
        </mxCell>
      </root>
    </mxGraphModel>
  </diagram>
  <diagram id="evolution-b6-extension-multi-entry" name="B6 Stage 5：扩展生态与多入口集成">
    <mxGraphModel dx="1600" dy="1000" grid="1" gridSize="10" guides="1" tooltips="1" connect="1" arrows="1" fold="1" page="1" pageScale="1" pageWidth="1500" pageHeight="950" math="0" shadow="0">
      <root>
        <mxCell id="0" />
        <mxCell id="1" parent="0" />
        <mxCell id="n2" value="Stage 5：扩展生态与多入口集成&lt;br&gt;多入口共享能力平台" style="rounded=1;whiteSpace=wrap;html=1;arcSize=8;strokeColor=#1f2937;fillColor=#e5e7eb;fontColor=#111827;fontSize=18;fontStyle=1;spacing=8;" vertex="1" parent="1">
          <mxGeometry x="40" y="30" width="1420" height="60" as="geometry" />
        </mxCell>
        <mxCell id="n3" value="Entry Points&lt;br&gt;TUI | CLI one-shot | Config | Feishu | AgentOps | Benchmark" style="rounded=1;whiteSpace=wrap;html=1;arcSize=6;strokeColor=#64748b;fillColor=#f1f5f9;fontColor=#111827;fontSize=15;fontStyle=1;spacing=8;" vertex="1" parent="1">
          <mxGeometry x="250" y="130" width="1000" height="90" as="geometry" />
        </mxCell>
        <mxCell id="n4" value="Shared Application Assembly&lt;br&gt;Runner | Reporter | Provider Config | Session Selection" style="rounded=1;whiteSpace=wrap;html=1;arcSize=6;strokeColor=#64748b;fillColor=#f1f5f9;fontColor=#111827;fontSize=15;fontStyle=1;spacing=8;" vertex="1" parent="1">
          <mxGeometry x="360" y="290" width="780" height="100" as="geometry" />
        </mxCell>
        <mxCell id="n5" value="Extension System&lt;br&gt;slash commands / skills / fork mode&lt;br&gt;allowed-tools / conditional activation" style="rounded=1;whiteSpace=wrap;html=1;arcSize=6;strokeColor=#7c3aed;fillColor=#ede9fe;fontColor=#111827;fontSize=14;spacing=8;" vertex="1" parent="1">
          <mxGeometry x="140" y="510" width="520" height="130" as="geometry" />
        </mxCell>
        <mxCell id="n6" value="Specialized Runner&lt;br&gt;service / evaluation flow" style="rounded=1;whiteSpace=wrap;html=1;arcSize=6;strokeColor=#b45309;fillColor=#fef3c7;fontColor=#111827;fontSize=14;spacing=8;" vertex="1" parent="1">
          <mxGeometry x="840" y="510" width="360" height="100" as="geometry" />
        </mxCell>
        <mxCell id="n7" value="Shared Agent Runtime&lt;br&gt;engine loop / tools / provider adapter / state systems" style="rounded=1;whiteSpace=wrap;html=1;arcSize=6;strokeColor=#0369a1;fillColor=#e0f2fe;fontColor=#111827;fontSize=14;spacing=8;" vertex="1" parent="1">
          <mxGeometry x="360" y="740" width="780" height="100" as="geometry" />
        </mxCell>
        <mxCell id="n8" value="External Systems&lt;br&gt;model providers | workspace | platform APIs | eval datasets" style="rounded=1;whiteSpace=wrap;html=1;arcSize=6;strokeColor=#047857;fillColor=#dcfce7;fontColor=#111827;fontSize=14;spacing=8;" vertex="1" parent="1">
          <mxGeometry x="360" y="870" width="780" height="60" as="geometry" />
        </mxCell>
        <mxCell id="e9" value="" style="endArrow=block;html=1;rounded=0;strokeWidth=2;strokeColor=#374151;fontSize=12;fontColor=#374151;" edge="1" parent="1" source="n3" target="n4">
          <mxGeometry relative="1" as="geometry" />
        </mxCell>
        <mxCell id="e10" value="" style="endArrow=block;html=1;rounded=0;strokeWidth=2;strokeColor=#374151;fontSize=12;fontColor=#374151;" edge="1" parent="1" source="n4" target="n5">
          <mxGeometry relative="1" as="geometry" />
        </mxCell>
        <mxCell id="e11" value="" style="endArrow=block;html=1;rounded=0;strokeWidth=2;strokeColor=#374151;fontSize=12;fontColor=#374151;" edge="1" parent="1" source="n4" target="n6">
          <mxGeometry relative="1" as="geometry" />
        </mxCell>
        <mxCell id="e12" value="" style="endArrow=block;html=1;rounded=0;strokeWidth=2;strokeColor=#374151;fontSize=12;fontColor=#374151;" edge="1" parent="1" source="n5" target="n7">
          <mxGeometry relative="1" as="geometry" />
        </mxCell>
        <mxCell id="e13" value="" style="endArrow=block;html=1;rounded=0;strokeWidth=2;strokeColor=#374151;fontSize=12;fontColor=#374151;" edge="1" parent="1" source="n6" target="n7">
          <mxGeometry relative="1" as="geometry" />
        </mxCell>
        <mxCell id="e14" value="" style="endArrow=block;html=1;rounded=0;strokeWidth=2;strokeColor=#374151;fontSize=12;fontColor=#374151;" edge="1" parent="1" source="n7" target="n8">
          <mxGeometry relative="1" as="geometry" />
        </mxCell>
        <mxCell id="n15" value="架构原则&lt;br&gt;多入口通过适配层接入共享 Runtime&lt;br&gt;扩展流程文件化，但执行仍受工具边界治理" style="rounded=1;whiteSpace=wrap;html=1;arcSize=6;strokeColor=#b45309;fillColor=#fef3c7;fontColor=#111827;fontSize=14;spacing=8;" vertex="1" parent="1">
          <mxGeometry x="80" y="735" width="250" height="120" as="geometry" />
        </mxCell>
        <mxCell id="n16" value="图例&lt;br&gt;实线：主要控制流&lt;br&gt;虚线：状态 / 观测 / 治理&lt;br&gt;双向：外部协议交互" style="rounded=1;whiteSpace=wrap;html=1;arcSize=6;strokeColor=#9ca3af;fillColor=#ffffff;fontColor=#374151;fontSize=13;spacing=8;" vertex="1" parent="1">
          <mxGeometry x="1180" y="735" width="300" height="120" as="geometry" />
        </mxCell>
      </root>
    </mxGraphModel>
  </diagram>
  <diagram id="evolution-b7-codexspec-autodev" name="B7 Stage 6：CodexSpec + Autodev 自动化开发流水线">
    <mxGraphModel dx="1600" dy="1000" grid="1" gridSize="10" guides="1" tooltips="1" connect="1" arrows="1" fold="1" page="1" pageScale="1" pageWidth="1500" pageHeight="950" math="0" shadow="0">
      <root>
        <mxCell id="0" />
        <mxCell id="1" parent="0" />
        <mxCell id="n2" value="Stage 6：CodexSpec + Autodev 自动化开发流水线&lt;br&gt;确定性控制与智能执行分离" style="rounded=1;whiteSpace=wrap;html=1;arcSize=8;strokeColor=#1f2937;fillColor=#e5e7eb;fontColor=#111827;fontSize=18;fontStyle=1;spacing=8;" vertex="1" parent="1">
          <mxGeometry x="40" y="30" width="1420" height="60" as="geometry" />
        </mxCell>
        <mxCell id="n3" value="Backlog / Issue Source&lt;br&gt;待处理工作项" style="rounded=1;whiteSpace=wrap;html=1;arcSize=8;strokeColor=#4b5563;fillColor=#f8fafc;fontColor=#111827;fontSize=14;spacing=8;" vertex="1" parent="1">
          <mxGeometry x="80" y="150" width="320" height="90" as="geometry" />
        </mxCell>
        <mxCell id="n4" value="Deterministic Go Control Plane&lt;br&gt;Select Item -&gt; Prepare Worktree -&gt; Drive CodexSpec Stages&lt;br&gt;specify -&gt; plan/tasks -&gt; implement&lt;br&gt;Verify Ground Truth -&gt; Commit / Push / PR / Issue Update&lt;br&gt;Ledger + Git state validation" style="rounded=1;whiteSpace=wrap;html=1;arcSize=6;strokeColor=#b45309;fillColor=#fef3c7;fontColor=#111827;fontSize=14;spacing=8;" vertex="1" parent="1">
          <mxGeometry x="460" y="120" width="780" height="190" as="geometry" />
        </mxCell>
        <mxCell id="n5" value="LLM Execution Plane&lt;br&gt;Core Agent in isolated worktree&lt;br&gt;Engineer Agent for clarification" style="rounded=1;whiteSpace=wrap;html=1;arcSize=6;strokeColor=#7c3aed;fillColor=#ede9fe;fontColor=#111827;fontSize=14;spacing=8;" vertex="1" parent="1">
          <mxGeometry x="260" y="440" width="460" height="130" as="geometry" />
        </mxCell>
        <mxCell id="n6" value="Remote Boundaries&lt;br&gt;Git / GitHub CLI&lt;br&gt;issue / PR / push" style="rounded=1;whiteSpace=wrap;html=1;arcSize=6;strokeColor=#047857;fillColor=#dcfce7;fontColor=#111827;fontSize=14;spacing=8;" vertex="1" parent="1">
          <mxGeometry x="900" y="440" width="360" height="130" as="geometry" />
        </mxCell>
        <mxCell id="n7" value="Shared Agent Runtime + Project Workspace&lt;br&gt;tools / provider / session / memory / checks" style="rounded=1;whiteSpace=wrap;html=1;arcSize=6;strokeColor=#0369a1;fillColor=#e0f2fe;fontColor=#111827;fontSize=14;spacing=8;" vertex="1" parent="1">
          <mxGeometry x="430" y="700" width="640" height="110" as="geometry" />
        </mxCell>
        <mxCell id="e8" value="" style="endArrow=block;html=1;rounded=0;strokeWidth=2;strokeColor=#374151;fontSize=12;fontColor=#374151;" edge="1" parent="1" source="n3" target="n4">
          <mxGeometry relative="1" as="geometry" />
        </mxCell>
        <mxCell id="e9" value="stage work" style="endArrow=block;html=1;rounded=0;strokeWidth=2;strokeColor=#374151;fontSize=12;fontColor=#374151;" edge="1" parent="1" source="n4" target="n5">
          <mxGeometry relative="1" as="geometry" />
        </mxCell>
        <mxCell id="e10" value="" style="endArrow=block;html=1;rounded=0;strokeWidth=2;strokeColor=#374151;fontSize=12;fontColor=#374151;" edge="1" parent="1" source="n5" target="n7">
          <mxGeometry relative="1" as="geometry" />
        </mxCell>
        <mxCell id="e11" value="remote coordination" style="endArrow=block;html=1;rounded=0;strokeWidth=2;strokeColor=#374151;fontSize=12;fontColor=#374151;" edge="1" parent="1" source="n4" target="n6">
          <mxGeometry relative="1" as="geometry" />
        </mxCell>
        <mxCell id="e12" value="verify facts" style="endArrow=block;html=1;rounded=0;strokeWidth=2;strokeColor=#374151;fontSize=12;fontColor=#374151;dashed=1;dashPattern=6 4;strokeColor=#6b7280;" edge="1" parent="1" source="n4" target="n7">
          <mxGeometry relative="1" as="geometry" />
        </mxCell>
        <mxCell id="e13" value="remote facts" style="endArrow=block;html=1;rounded=0;strokeWidth=2;strokeColor=#374151;fontSize=12;fontColor=#374151;dashed=1;dashPattern=6 4;strokeColor=#6b7280;" edge="1" parent="1" source="n6" target="n4">
          <mxGeometry relative="1" as="geometry" />
        </mxCell>
        <mxCell id="n14" value="核心原则&lt;br&gt;确定性控制负责流程、验证和远端事实&lt;br&gt;智能执行负责开发操作&lt;br&gt;阶段完成由事实验证决定" style="rounded=1;whiteSpace=wrap;html=1;arcSize=6;strokeColor=#64748b;fillColor=#f1f5f9;fontColor=#111827;fontSize=15;fontStyle=1;spacing=8;" vertex="1" parent="1">
          <mxGeometry x="80" y="700" width="300" height="130" as="geometry" />
        </mxCell>
        <mxCell id="n15" value="图例&lt;br&gt;实线：主要控制流&lt;br&gt;虚线：状态 / 观测 / 治理&lt;br&gt;双向：外部协议交互" style="rounded=1;whiteSpace=wrap;html=1;arcSize=6;strokeColor=#9ca3af;fillColor=#ffffff;fontColor=#374151;fontSize=13;spacing=8;" vertex="1" parent="1">
          <mxGeometry x="1120" y="700" width="300" height="120" as="geometry" />
        </mxCell>
      </root>
    </mxGraphModel>
  </diagram>
</mxfile>
